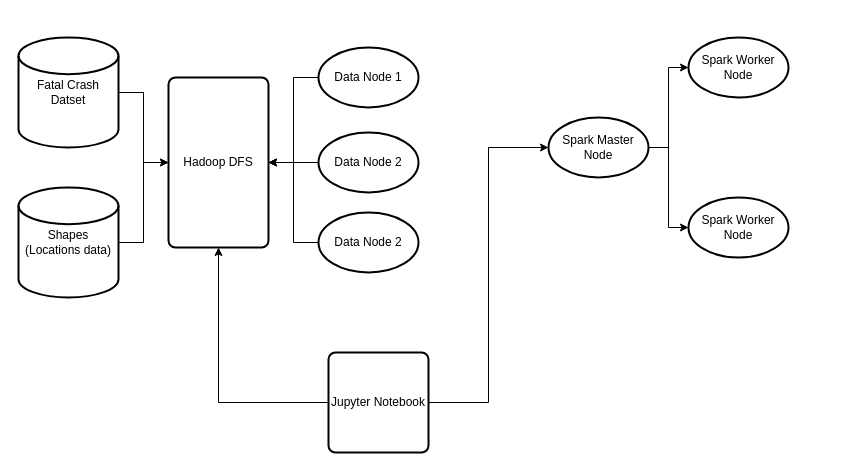
Before: Project.drawio in alexwhite1995/Assignments, a draw.io diagram. Source tidied: cells renumbered, new cells numbered last; positions are measured from the earlier drawing's top-left corner, leaving out a move shared by most shapes. Both pictures are drawn from the tidied source at 100%, with x=0, y=0 at pixel (18, 37).
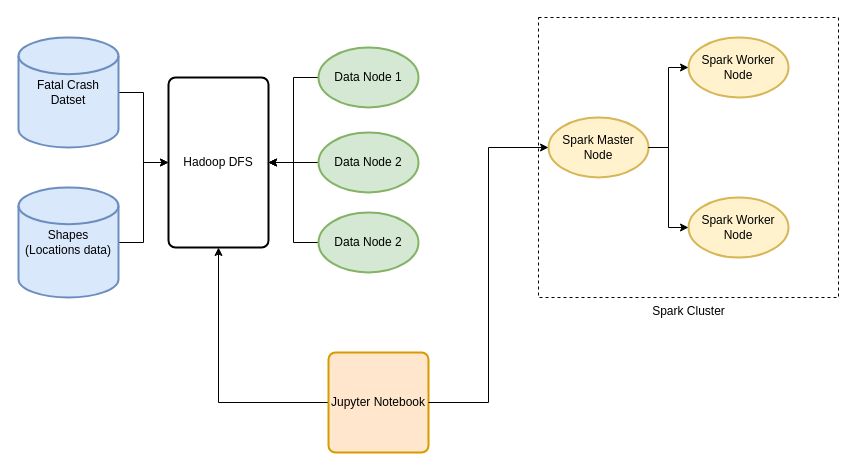
Above is the later version.

Change to the diagram source:
```diff
@@
+    <mxCell id="21" value="Spark Cluster" style="verticalLabelPosition=bottom;verticalAlign=top;html=1;shape=mxgraph.basic.rect;fillColor2=none;strokeWidth=1;size=20;indent=5;fillColor=none;dashed=1;" parent="1" vertex="1">
+      <mxGeometry x="520" y="-20" width="300" height="280" as="geometry" />
+    </mxCell>
@@
-    <mxCell id="3" value="Fatal Crash Datset" style="strokeWidth=2;html=1;shape=mxgraph.flowchart.database;whiteSpace=wrap;" parent="1" vertex="1">
+    <mxCell id="3" value="Fatal Crash Datset" style="strokeWidth=2;html=1;shape=mxgraph.flowchart.database;whiteSpace=wrap;fillColor=#dae8fc;strokeColor=#6c8ebf;" parent="1" vertex="1">
       <mxGeometry width="100" height="110" as="geometry" />
     </mxCell>
@@
-    <mxCell id="5" value="Shapes (Locations data)" style="strokeWidth=2;html=1;shape=mxgraph.flowchart.database;whiteSpace=wrap;" parent="1" vertex="1">
+    <mxCell id="5" value="Shapes (Locations data)" style="strokeWidth=2;html=1;shape=mxgraph.flowchart.database;whiteSpace=wrap;fillColor=#dae8fc;strokeColor=#6c8ebf;" parent="1" vertex="1">
       <mxGeometry y="150" width="100" height="110" as="geometry" />
     </mxCell>
@@
-    <mxCell id="7" value="Spark Worker Node" style="strokeWidth=2;html=1;shape=mxgraph.flowchart.start_1;whiteSpace=wrap;" parent="1" vertex="1">
+    <mxCell id="7" value="Spark Worker Node" style="strokeWidth=2;html=1;shape=mxgraph.flowchart.start_1;whiteSpace=wrap;fillColor=#fff2cc;strokeColor=#d6b656;" parent="1" vertex="1">
       <mxGeometry x="670" width="100" height="60" as="geometry" />
     </mxCell>
-    <mxCell id="8" value="Spark Worker Node" style="strokeWidth=2;html=1;shape=mxgraph.flowchart.start_1;whiteSpace=wrap;" parent="1" vertex="1">
+    <mxCell id="8" value="Spark Worker Node" style="strokeWidth=2;html=1;shape=mxgraph.flowchart.start_1;whiteSpace=wrap;fillColor=#fff2cc;strokeColor=#d6b656;" parent="1" vertex="1">
       <mxGeometry x="670" y="160" width="100" height="60" as="geometry" />
     </mxCell>
-    <mxCell id="9" value="Spark Master Node" style="strokeWidth=2;html=1;shape=mxgraph.flowchart.start_1;whiteSpace=wrap;" parent="1" vertex="1">
+    <mxCell id="9" value="Spark Master Node" style="strokeWidth=2;html=1;shape=mxgraph.flowchart.start_1;whiteSpace=wrap;fillColor=#fff2cc;strokeColor=#d6b656;" parent="1" vertex="1">
       <mxGeometry x="530" y="80" width="100" height="60" as="geometry" />
     </mxCell>
@@
-    <mxCell id="13" value="Data Node 1" style="strokeWidth=2;html=1;shape=mxgraph.flowchart.start_1;whiteSpace=wrap;" parent="1" vertex="1">
+    <mxCell id="13" value="Data Node 1" style="strokeWidth=2;html=1;shape=mxgraph.flowchart.start_1;whiteSpace=wrap;fillColor=#d5e8d4;strokeColor=#82b366;" parent="1" vertex="1">
       <mxGeometry x="300" y="10" width="100" height="60" as="geometry" />
     </mxCell>
@@
-    <mxCell id="15" value="Data Node 2" style="strokeWidth=2;html=1;shape=mxgraph.flowchart.start_1;whiteSpace=wrap;" parent="1" vertex="1">
+    <mxCell id="15" value="Data Node 2" style="strokeWidth=2;html=1;shape=mxgraph.flowchart.start_1;whiteSpace=wrap;fillColor=#d5e8d4;strokeColor=#82b366;" parent="1" vertex="1">
       <mxGeometry x="300" y="95" width="100" height="60" as="geometry" />
     </mxCell>
@@
-    <mxCell id="17" value="Data Node 2" style="strokeWidth=2;html=1;shape=mxgraph.flowchart.start_1;whiteSpace=wrap;" parent="1" vertex="1">
+    <mxCell id="17" value="Data Node 2" style="strokeWidth=2;html=1;shape=mxgraph.flowchart.start_1;whiteSpace=wrap;fillColor=#d5e8d4;strokeColor=#82b366;" parent="1" vertex="1">
       <mxGeometry x="300" y="175" width="100" height="60" as="geometry" />
     </mxCell>
@@
-    <mxCell id="19" value="Jupyter Notebook" style="rounded=1;whiteSpace=wrap;html=1;absoluteArcSize=1;arcSize=14;strokeWidth=2;" parent="1" vertex="1">
+    <mxCell id="19" value="Jupyter Notebook" style="rounded=1;whiteSpace=wrap;html=1;absoluteArcSize=1;arcSize=14;strokeWidth=2;fillColor=#ffe6cc;strokeColor=#d79b00;" parent="1" vertex="1">
       <mxGeometry x="310" y="315" width="100" height="100" as="geometry" />
     </mxCell>
```
